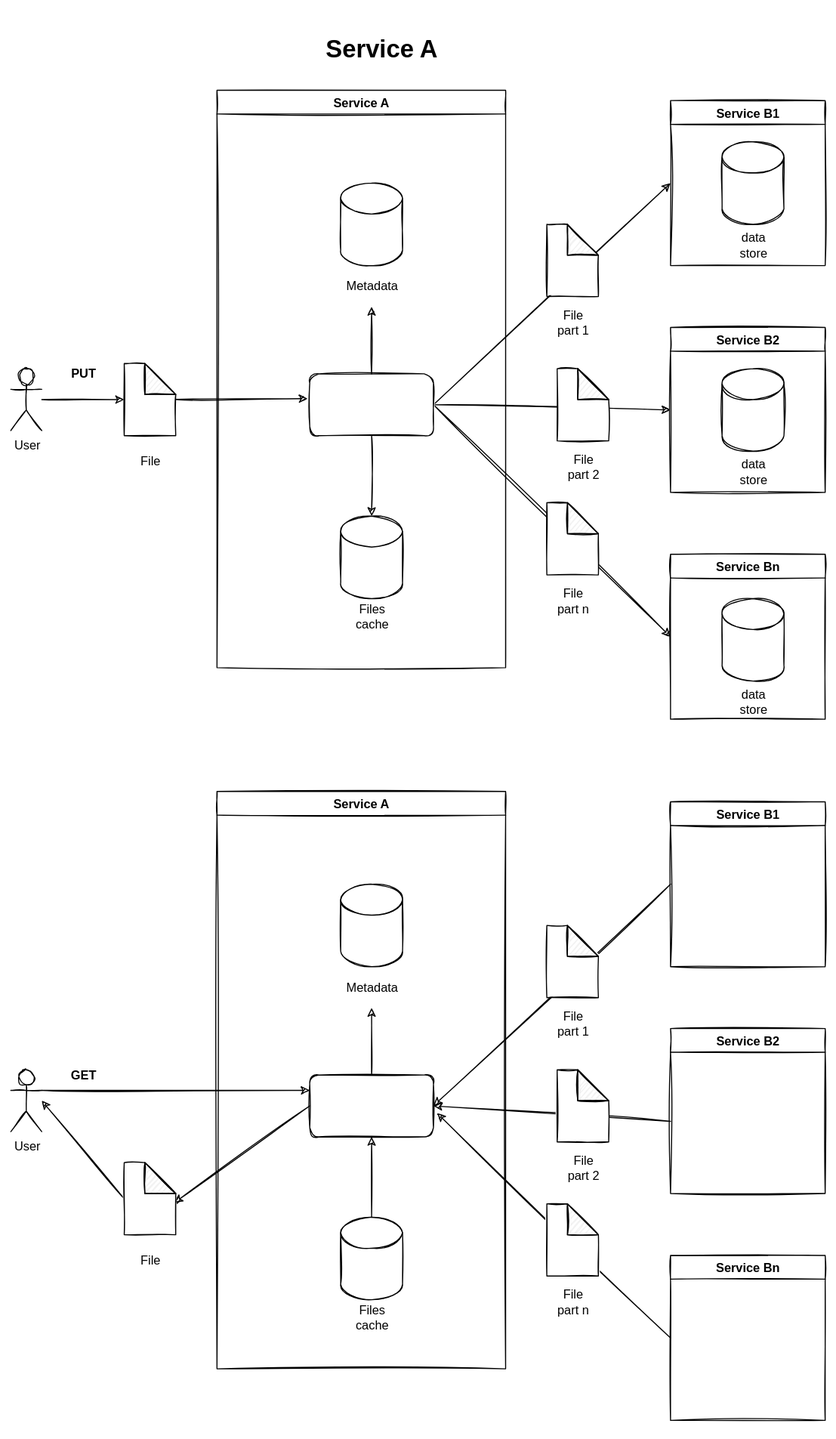
The draw.io diagram doc/New_Amason_S3_service_A.svg in kyarginski/karma8_exercise, before a commit. Source tidied: cells renumbered, new cells last; positions are measured from the earlier drawing's top-left corner, leaving out a move shared by most shapes.
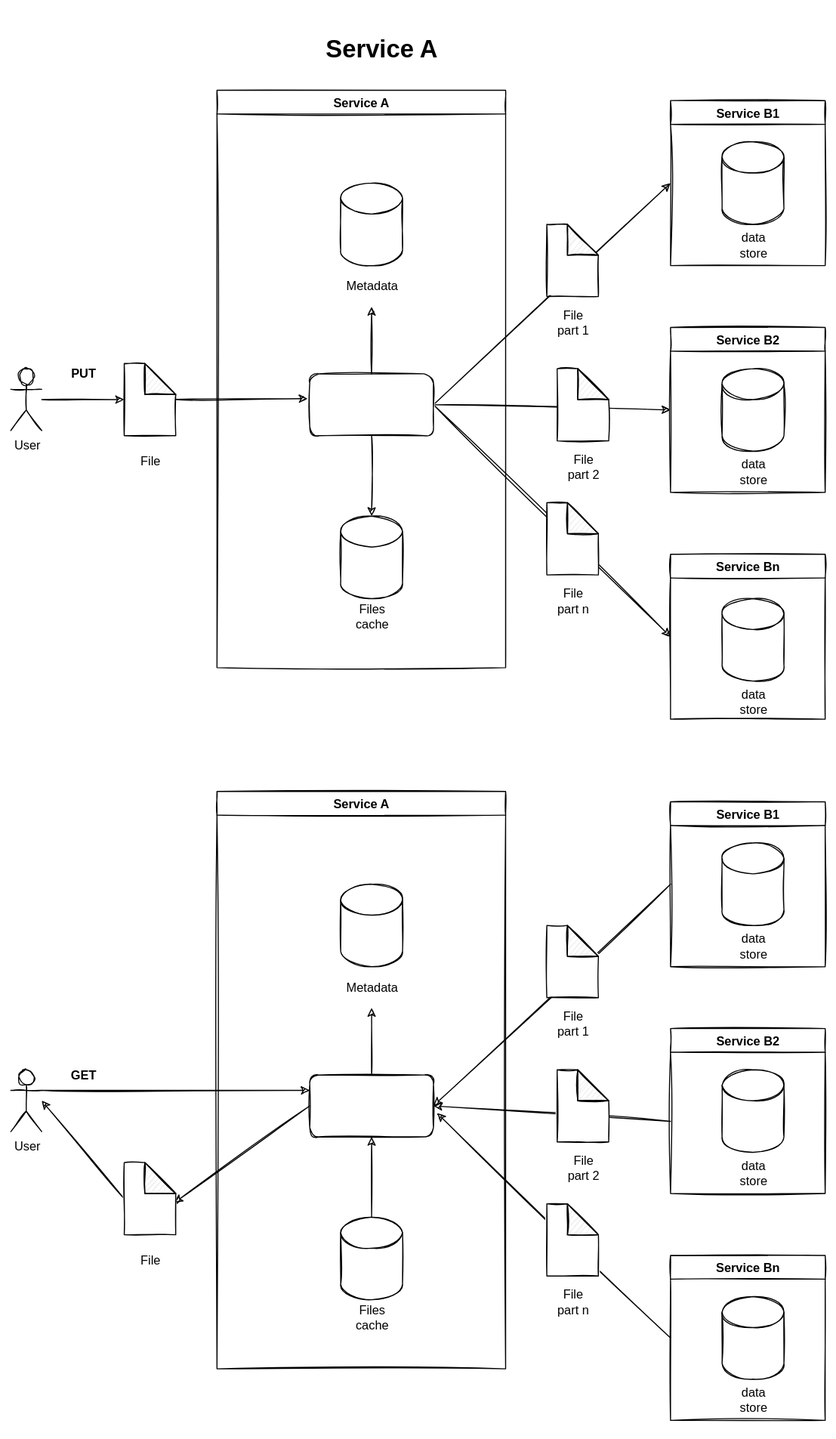
After the commit.

The edit, as a diff of the source:
```diff
@@ -233,5 +233,32 @@
         <mxPoint x="30" y="1030" as="sourcePoint" />
       </mxGeometry>
     </mxCell>
+    <mxCell id="75" style="group;" parent="1" vertex="1">
+      <mxGeometry x="690" y="790" width="60" height="110" as="geometry" />
+    </mxCell>
+    <mxCell id="76" style="shape=cylinder3;whiteSpace=wrap;html=1;boundedLbl=1;backgroundOutline=1;size=15;" parent="75" vertex="1">
+      <mxGeometry width="60" height="80" as="geometry" />
+    </mxCell>
+    <mxCell id="77" value="data store" style="text;html=1;strokeColor=none;fillColor=none;align=center;verticalAlign=middle;whiteSpace=wrap;rounded=0;" parent="75" vertex="1">
+      <mxGeometry x="10" y="90" width="40" height="20" as="geometry" />
+    </mxCell>
+    <mxCell id="78" style="group;" parent="1" vertex="1">
+      <mxGeometry x="690" y="1010" width="60" height="110" as="geometry" />
+    </mxCell>
+    <mxCell id="79" style="shape=cylinder3;whiteSpace=wrap;html=1;boundedLbl=1;backgroundOutline=1;size=15;" parent="78" vertex="1">
+      <mxGeometry width="60" height="80" as="geometry" />
+    </mxCell>
+    <mxCell id="80" value="data store" style="text;html=1;strokeColor=none;fillColor=none;align=center;verticalAlign=middle;whiteSpace=wrap;rounded=0;" parent="78" vertex="1">
+      <mxGeometry x="10" y="90" width="40" height="20" as="geometry" />
+    </mxCell>
+    <mxCell id="81" style="group;" parent="1" vertex="1">
+      <mxGeometry x="690" y="1230" width="60" height="110" as="geometry" />
+    </mxCell>
+    <mxCell id="82" style="shape=cylinder3;whiteSpace=wrap;html=1;boundedLbl=1;backgroundOutline=1;size=15;" parent="81" vertex="1">
+      <mxGeometry width="60" height="80" as="geometry" />
+    </mxCell>
+    <mxCell id="83" value="data store" style="text;html=1;strokeColor=none;fillColor=none;align=center;verticalAlign=middle;whiteSpace=wrap;rounded=0;" parent="81" vertex="1">
+      <mxGeometry x="10" y="90" width="40" height="20" as="geometry" />
+    </mxCell>
   </root>
 </mxGraphModel>
```
